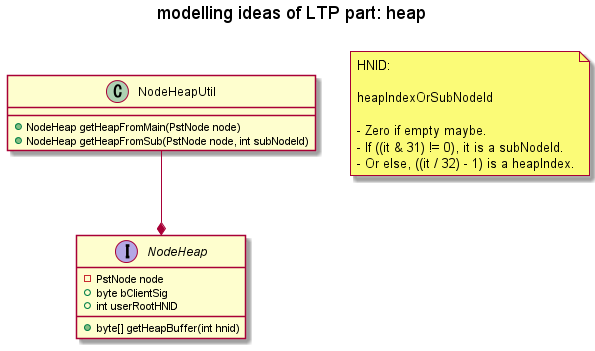
This is out/plantuml/base/ltp_heap.png from Kris-LIBIS/ruby-msg, a PlantUML export, as it was before one commit. The source it was exported from:
```plantuml
@startuml ltp_heap
title modelling ideas of LTP part: heap\n
class NodeHeapUtil {
    + NodeHeap getHeapFromMain(PstNode node)
    + NodeHeap getHeapFromSub(PstNode node, int subNodeId)
}

interface NodeHeap {
    - PstNode node
    + byte bClientSig
    + int userRootHNID

    + byte[] getHeapBuffer(int hnid)
}

note as N1
    HNID:

    heapIndexOrSubNodeId

    - Zero if empty maybe.
    - If ((it & 31) != 0), it is a subNodeId.
    - Or else, ((it / 32) - 1) is a heapIndex.
end note

NodeHeapUtil --* NodeHeap
@enduml
```
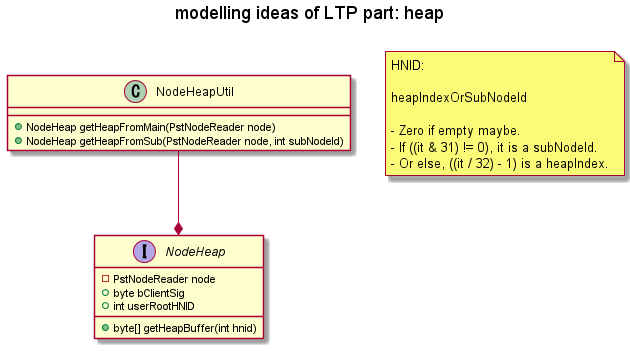
After the change.

Change to the diagram source:
```diff
@@ -1,12 +1,12 @@
 @startuml ltp_heap
 title modelling ideas of LTP part: heap\n
 class NodeHeapUtil {
-    + NodeHeap getHeapFromMain(PstNode node)
-    + NodeHeap getHeapFromSub(PstNode node, int subNodeId)
+    + NodeHeap getHeapFromMain(PstNodeReader node)
+    + NodeHeap getHeapFromSub(PstNodeReader node, int subNodeId)
 }
 
 interface NodeHeap {
-    - PstNode node
+    - PstNodeReader node
     + byte bClientSig
     + int userRootHNID
 
```
